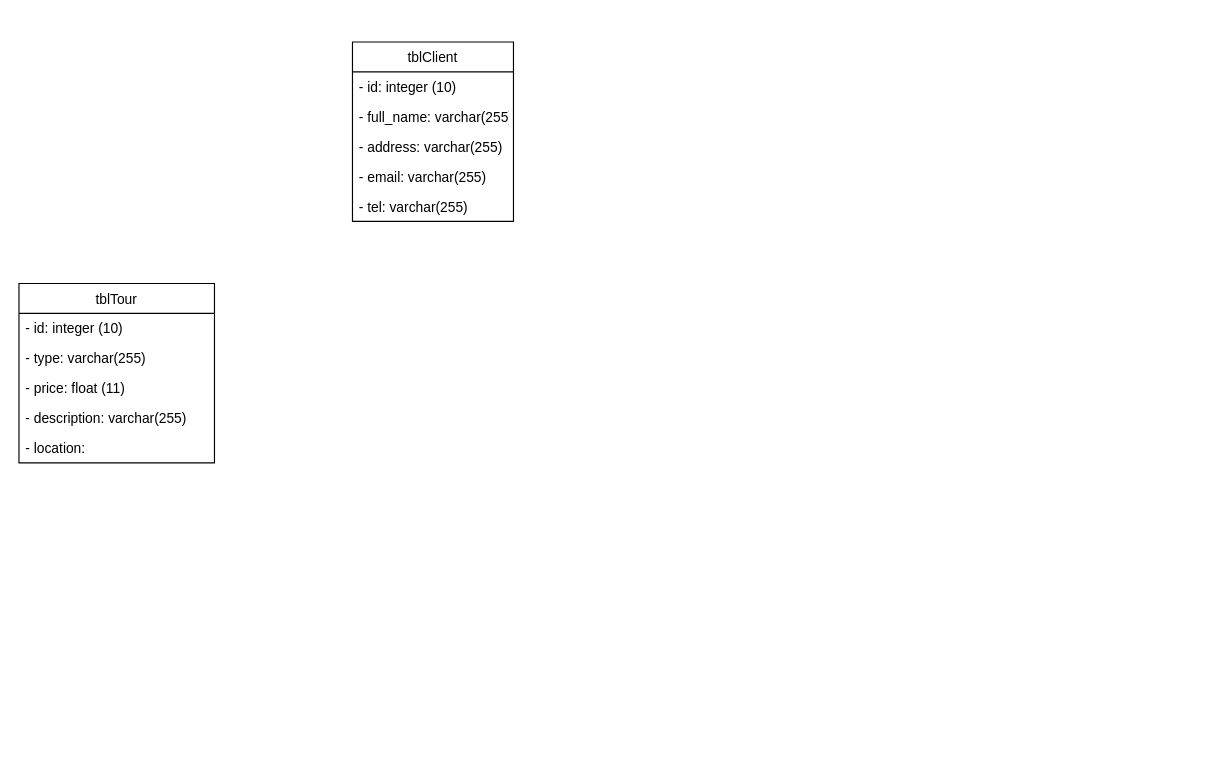
thanhlongtld/classical_software_engineering keeps this draw.io diagram as database.drawio. Above is the earlier version. Source tidied: cells renumbered, new cells numbered last; positions are measured from the earlier drawing's top-left corner, leaving out a move shared by most shapes. Both pictures are drawn from the tidied source at 115%, with x=0, y=0 at pixel (18, 41).
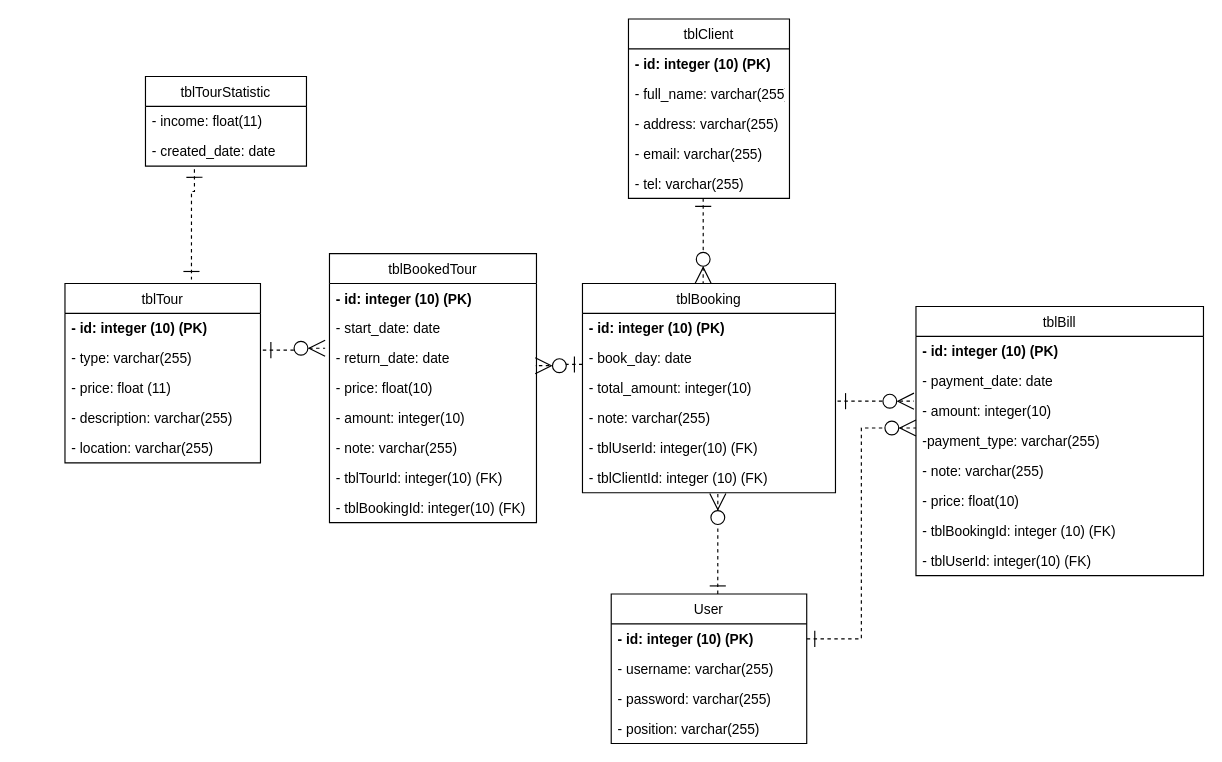
After the change.

The change refers to these unchanged cells:
```xml
<mxCell id="7" value="- tel: varchar(255)" style="text;strokeColor=none;fillColor=none;align=left;verticalAlign=top;spacingLeft=4;spacingRight=4;overflow=hidden;points=[[0,0.5],[1,0.5]];portConstraint=eastwest;" parent="2" vertex="1">
  <mxGeometry y="130" width="140" height="26" as="geometry" />
</mxCell>
<mxCell id="10" value="- type: varchar(255)" style="text;strokeColor=none;fillColor=none;align=left;verticalAlign=top;spacingLeft=4;spacingRight=4;overflow=hidden;points=[[0,0.5],[1,0.5]];portConstraint=eastwest;" parent="8" vertex="1">
  <mxGeometry y="52" width="170" height="26" as="geometry" />
</mxCell>
```

What changed in the source:
```diff
@@
     <mxCell id="2" value="tblClient" style="swimlane;fontStyle=0;horizontal=1;startSize=26;fillColor=none;" parent="1" vertex="1">
-      <mxGeometry x="290" width="140" height="156" as="geometry" />
+      <mxGeometry x="530" y="-20" width="140" height="156" as="geometry" />
     </mxCell>
-    <mxCell id="3" value="- id: integer (10)" style="text;strokeColor=none;fillColor=none;align=left;verticalAlign=top;spacingLeft=4;spacingRight=4;overflow=hidden;" parent="2" vertex="1">
+    <mxCell id="3" value="- id: integer (10) (PK)" style="text;strokeColor=none;fillColor=none;align=left;verticalAlign=top;spacingLeft=4;spacingRight=4;overflow=hidden;fontStyle=1;" parent="2" vertex="1">
       <mxGeometry y="26" width="140" height="26" as="geometry" />
     </mxCell>
@@
     <mxCell id="8" value="tblTour" style="swimlane;fontStyle=0;horizontal=1;startSize=26;fillColor=none;" parent="1" vertex="1">
-      <mxGeometry y="210" width="170" height="156" as="geometry" />
+      <mxGeometry x="40" y="210" width="170" height="156" as="geometry" />
     </mxCell>
-    <mxCell id="9" value="- id: integer (10)" style="text;strokeColor=none;fillColor=none;align=left;verticalAlign=top;spacingLeft=4;spacingRight=4;overflow=hidden;" parent="8" vertex="1">
+    <mxCell id="9" value="- id: integer (10) (PK)" style="text;strokeColor=none;fillColor=none;align=left;verticalAlign=top;spacingLeft=4;spacingRight=4;overflow=hidden;fontStyle=1;" parent="8" vertex="1">
       <mxGeometry y="26" width="170" height="26" as="geometry" />
     </mxCell>
@@
-    <mxCell id="13" value="- location:" style="text;strokeColor=none;fillColor=none;align=left;verticalAlign=top;spacingLeft=4;spacingRight=4;overflow=hidden;" parent="8" vertex="1">
+    <mxCell id="13" value="- location: varchar(255)" style="text;strokeColor=none;fillColor=none;align=left;verticalAlign=top;spacingLeft=4;spacingRight=4;overflow=hidden;" parent="8" vertex="1">
       <mxGeometry y="130" width="170" height="26" as="geometry" />
     </mxCell>
+    <mxCell id="14" value="tblTourStatistic" style="swimlane;fontStyle=0;horizontal=1;startSize=26;fillColor=none;" parent="1" vertex="1">
+      <mxGeometry x="110" y="30" width="140" height="78" as="geometry" />
+    </mxCell>
+    <mxCell id="15" value="- income: float(11)" style="text;strokeColor=none;fillColor=none;align=left;verticalAlign=top;spacingLeft=4;spacingRight=4;overflow=hidden;" parent="14" vertex="1">
+      <mxGeometry y="26" width="140" height="26" as="geometry" />
+    </mxCell>
+    <mxCell id="16" value="- created_date: date" style="text;strokeColor=none;fillColor=none;align=left;verticalAlign=top;spacingLeft=4;spacingRight=4;overflow=hidden;points=[[0,0.5],[1,0.5]];portConstraint=eastwest;" parent="14" vertex="1">
+      <mxGeometry y="52" width="140" height="26" as="geometry" />
+    </mxCell>
+    <mxCell id="17" value="tblBookedTour" style="swimlane;fontStyle=0;horizontal=1;startSize=26;fillColor=none;" parent="1" vertex="1">
+      <mxGeometry x="270" y="184" width="180" height="234" as="geometry" />
+    </mxCell>
+    <mxCell id="18" value="- id: integer (10) (PK)" style="text;strokeColor=none;fillColor=none;align=left;verticalAlign=top;spacingLeft=4;spacingRight=4;overflow=hidden;fontStyle=1;" parent="17" vertex="1">
+      <mxGeometry y="26" width="180" height="26" as="geometry" />
+    </mxCell>
+    <mxCell id="19" value="- start_date: date" style="text;strokeColor=none;fillColor=none;align=left;verticalAlign=top;spacingLeft=4;spacingRight=4;overflow=hidden;points=[[0,0.5],[1,0.5]];portConstraint=eastwest;" parent="17" vertex="1">
+      <mxGeometry y="52" width="180" height="26" as="geometry" />
+    </mxCell>
+    <mxCell id="20" value="- return_date: date" style="text;strokeColor=none;fillColor=none;align=left;verticalAlign=top;spacingLeft=4;spacingRight=4;overflow=hidden;points=[[0,0.5],[1,0.5]];portConstraint=eastwest;" parent="17" vertex="1">
+      <mxGeometry y="78" width="180" height="26" as="geometry" />
+    </mxCell>
+    <mxCell id="21" value="- price: float(10)" style="text;strokeColor=none;fillColor=none;align=left;verticalAlign=top;spacingLeft=4;spacingRight=4;overflow=hidden;" parent="17" vertex="1">
+      <mxGeometry y="104" width="180" height="26" as="geometry" />
+    </mxCell>
+    <mxCell id="22" value="- amount: integer(10)" style="text;strokeColor=none;fillColor=none;align=left;verticalAlign=top;spacingLeft=4;spacingRight=4;overflow=hidden;" parent="17" vertex="1">
+      <mxGeometry y="130" width="180" height="26" as="geometry" />
+    </mxCell>
+    <mxCell id="23" value="- note: varchar(255)" style="text;strokeColor=none;fillColor=none;align=left;verticalAlign=top;spacingLeft=4;spacingRight=4;overflow=hidden;" parent="17" vertex="1">
+      <mxGeometry y="156" width="180" height="26" as="geometry" />
+    </mxCell>
+    <mxCell id="24" value="- tblTourId: integer(10) (FK)" style="text;strokeColor=none;fillColor=none;align=left;verticalAlign=top;spacingLeft=4;spacingRight=4;overflow=hidden;" parent="17" vertex="1">
+      <mxGeometry y="182" width="180" height="26" as="geometry" />
+    </mxCell>
+    <mxCell id="25" value="- tblBookingId: integer(10) (FK)" style="text;strokeColor=none;fillColor=none;align=left;verticalAlign=top;spacingLeft=4;spacingRight=4;overflow=hidden;" parent="17" vertex="1">
+      <mxGeometry y="208" width="180" height="26" as="geometry" />
+    </mxCell>
+    <mxCell id="26" value="tblBooking" style="swimlane;fontStyle=0;horizontal=1;startSize=26;fillColor=none;" parent="1" vertex="1">
+      <mxGeometry x="490" y="210" width="220" height="182" as="geometry" />
+    </mxCell>
+    <mxCell id="27" value="- id: integer (10) (PK)" style="text;strokeColor=none;fillColor=none;align=left;verticalAlign=top;spacingLeft=4;spacingRight=4;overflow=hidden;fontStyle=1;" parent="26" vertex="1">
+      <mxGeometry y="26" width="220" height="26" as="geometry" />
+    </mxCell>
+    <mxCell id="28" value="- book_day: date" style="text;strokeColor=none;fillColor=none;align=left;verticalAlign=top;spacingLeft=4;spacingRight=4;overflow=hidden;points=[[0,0.5],[1,0.5]];portConstraint=eastwest;" parent="26" vertex="1">
+      <mxGeometry y="52" width="220" height="26" as="geometry" />
+    </mxCell>
+    <mxCell id="29" value="- total_amount: integer(10)" style="text;strokeColor=none;fillColor=none;align=left;verticalAlign=top;spacingLeft=4;spacingRight=4;overflow=hidden;points=[[0,0.5],[1,0.5]];portConstraint=eastwest;" parent="26" vertex="1">
+      <mxGeometry y="78" width="220" height="26" as="geometry" />
+    </mxCell>
+    <mxCell id="30" value="- note: varchar(255)" style="text;strokeColor=none;fillColor=none;align=left;verticalAlign=top;spacingLeft=4;spacingRight=4;overflow=hidden;" parent="26" vertex="1">
+      <mxGeometry y="104" width="220" height="26" as="geometry" />
+    </mxCell>
+    <mxCell id="31" value="- tblUserId: integer(10) (FK)" style="text;strokeColor=none;fillColor=none;align=left;verticalAlign=top;spacingLeft=4;spacingRight=4;overflow=hidden;" parent="26" vertex="1">
+      <mxGeometry y="130" width="220" height="26" as="geometry" />
+    </mxCell>
+    <mxCell id="32" value="- tblClientId: integer (10) (FK)" style="text;strokeColor=none;fillColor=none;align=left;verticalAlign=top;spacingLeft=4;spacingRight=4;overflow=hidden;points=[[0,0.5],[1,0.5]];portConstraint=eastwest;" parent="26" vertex="1">
+      <mxGeometry y="156" width="220" height="26" as="geometry" />
+    </mxCell>
+    <mxCell id="33" value="tblBill" style="swimlane;fontStyle=0;horizontal=1;startSize=26;fillColor=none;" parent="1" vertex="1">
+      <mxGeometry x="780" y="230" width="250" height="234" as="geometry" />
+    </mxCell>
+    <mxCell id="34" value="- id: integer (10) (PK)" style="text;strokeColor=none;fillColor=none;align=left;verticalAlign=top;spacingLeft=4;spacingRight=4;overflow=hidden;fontStyle=1;" parent="33" vertex="1">
+      <mxGeometry y="26" width="250" height="26" as="geometry" />
+    </mxCell>
+    <mxCell id="35" value="- payment_date: date" style="text;strokeColor=none;fillColor=none;align=left;verticalAlign=top;spacingLeft=4;spacingRight=4;overflow=hidden;" parent="33" vertex="1">
+      <mxGeometry y="52" width="250" height="26" as="geometry" />
+    </mxCell>
+    <mxCell id="36" value="- amount: integer(10)" style="text;strokeColor=none;fillColor=none;align=left;verticalAlign=top;spacingLeft=4;spacingRight=4;overflow=hidden;points=[[0,0.5],[1,0.5]];portConstraint=eastwest;" parent="33" vertex="1">
+      <mxGeometry y="78" width="250" height="26" as="geometry" />
+    </mxCell>
+    <mxCell id="37" value="-payment_type: varchar(255)" style="text;strokeColor=none;fillColor=none;align=left;verticalAlign=top;spacingLeft=4;spacingRight=4;overflow=hidden;points=[[0,0.5],[1,0.5]];portConstraint=eastwest;" parent="33" vertex="1">
+      <mxGeometry y="104" width="250" height="26" as="geometry" />
+    </mxCell>
+    <mxCell id="38" value="- note: varchar(255)" style="text;strokeColor=none;fillColor=none;align=left;verticalAlign=top;spacingLeft=4;spacingRight=4;overflow=hidden;" parent="33" vertex="1">
+      <mxGeometry y="130" width="250" height="26" as="geometry" />
+    </mxCell>
+    <mxCell id="39" value="- price: float(10)" style="text;strokeColor=none;fillColor=none;align=left;verticalAlign=top;spacingLeft=4;spacingRight=4;overflow=hidden;" parent="33" vertex="1">
+      <mxGeometry y="156" width="250" height="26" as="geometry" />
+    </mxCell>
+    <mxCell id="40" value="- tblBookingId: integer (10) (FK)" style="text;strokeColor=none;fillColor=none;align=left;verticalAlign=top;spacingLeft=4;spacingRight=4;overflow=hidden;" parent="33" vertex="1">
+      <mxGeometry y="182" width="250" height="26" as="geometry" />
+    </mxCell>
+    <mxCell id="41" value="- tblUserId: integer(10) (FK)" style="text;strokeColor=none;fillColor=none;align=left;verticalAlign=top;spacingLeft=4;spacingRight=4;overflow=hidden;" parent="33" vertex="1">
+      <mxGeometry y="208" width="250" height="26" as="geometry" />
+    </mxCell>
+    <mxCell id="42" value="User" style="swimlane;fontStyle=0;horizontal=1;startSize=26;fillColor=none;" parent="1" vertex="1">
+      <mxGeometry x="515" y="480" width="170" height="130" as="geometry" />
+    </mxCell>
+    <mxCell id="43" value="- id: integer (10) (PK)" style="text;strokeColor=none;fillColor=none;align=left;verticalAlign=top;spacingLeft=4;spacingRight=4;overflow=hidden;points=[[0,0.5],[1,0.5]];portConstraint=eastwest;fontStyle=1;" parent="42" vertex="1">
+      <mxGeometry y="26" width="170" height="26" as="geometry" />
+    </mxCell>
+    <mxCell id="44" value="- username: varchar(255)" style="text;strokeColor=none;fillColor=none;align=left;verticalAlign=top;spacingLeft=4;spacingRight=4;overflow=hidden;" parent="42" vertex="1">
+      <mxGeometry y="52" width="170" height="26" as="geometry" />
+    </mxCell>
+    <mxCell id="45" value="- password: varchar(255)" style="text;strokeColor=none;fillColor=none;align=left;verticalAlign=top;spacingLeft=4;spacingRight=4;overflow=hidden;" parent="42" vertex="1">
+      <mxGeometry y="78" width="170" height="26" as="geometry" />
+    </mxCell>
+    <mxCell id="46" value="- position: varchar(255)" style="text;strokeColor=none;fillColor=none;align=left;verticalAlign=top;spacingLeft=4;spacingRight=4;overflow=hidden;" parent="42" vertex="1">
+      <mxGeometry y="104" width="170" height="26" as="geometry" />
+    </mxCell>
+    <mxCell id="47" style="endArrow=ERone;startArrow=ERone;html=1;rounded=0;edgeStyle=orthogonalEdgeStyle;dashed=1;startFill=0;endFill=0;strokeWidth=1;endSize=12;startSize=12;entryX=0.647;entryY=-0.022;entryDx=0;entryDy=0;entryPerimeter=0;exitX=0.304;exitY=1.103;exitDx=0;exitDy=0;exitPerimeter=0;" parent="1" edge="1" source="16" target="8">
+      <mxGeometry relative="1" as="geometry">
+        <Array as="points">
+          <mxPoint x="153" y="130" />
+          <mxPoint x="150" y="130" />
+        </Array>
+      </mxGeometry>
+    </mxCell>
+    <mxCell id="48" style="endArrow=ERzeroToMany;startArrow=ERone;html=1;rounded=0;edgeStyle=orthogonalEdgeStyle;dashed=1;startSize=12;endSize=12;strokeWidth=1;exitX=1.012;exitY=0.231;exitDx=0;exitDy=0;exitPerimeter=0;entryX=-0.021;entryY=1.167;entryDx=0;entryDy=0;entryPerimeter=0;startFill=0;endFill=1;" parent="1" edge="1" source="10" target="19">
+      <mxGeometry relative="1" as="geometry" />
+    </mxCell>
+    <mxCell id="49" style="endArrow=ERzeroToMany;startArrow=ERone;html=1;rounded=0;edgeStyle=orthogonalEdgeStyle;dashed=1;startSize=12;endSize=12;strokeWidth=1;exitX=0;exitY=0.708;exitDx=0;exitDy=0;exitPerimeter=0;startFill=0;endFill=1;entryX=0.994;entryY=0.75;entryDx=0;entryDy=0;entryPerimeter=0;" parent="1" edge="1" source="28" target="20">
+      <mxGeometry relative="1" as="geometry" />
+    </mxCell>
+    <mxCell id="50" style="endArrow=ERzeroToMany;startArrow=ERone;html=1;rounded=0;edgeStyle=orthogonalEdgeStyle;dashed=1;startSize=12;endSize=12;strokeWidth=1;startFill=0;endFill=1;exitX=0.464;exitY=1;exitDx=0;exitDy=0;exitPerimeter=0;entryX=0.477;entryY=0;entryDx=0;entryDy=0;entryPerimeter=0;" parent="1" edge="1" source="7" target="26">
+      <mxGeometry relative="1" as="geometry" />
+    </mxCell>
+    <mxCell id="51" style="endArrow=ERzeroToMany;startArrow=ERone;html=1;rounded=0;edgeStyle=orthogonalEdgeStyle;dashed=1;startSize=12;endSize=12;strokeWidth=1;startFill=0;endFill=1;entryX=0.535;entryY=1.022;entryDx=0;entryDy=0;entryPerimeter=0;exitX=0.545;exitY=0;exitDx=0;exitDy=0;exitPerimeter=0;" parent="1" edge="1" source="42" target="32">
+      <mxGeometry relative="1" as="geometry" />
+    </mxCell>
+    <mxCell id="52" style="endArrow=ERzeroToMany;startArrow=ERone;html=1;rounded=0;edgeStyle=orthogonalEdgeStyle;dashed=1;startSize=12;endSize=12;strokeWidth=1;startFill=0;endFill=1;entryX=-0.007;entryY=0.167;entryDx=0;entryDy=0;entryPerimeter=0;exitX=1.008;exitY=0.936;exitDx=0;exitDy=0;exitPerimeter=0;" parent="1" edge="1" source="29" target="36">
+      <mxGeometry relative="1" as="geometry" />
+    </mxCell>
+    <mxCell id="53" style="endArrow=ERzeroToMany;startArrow=ERone;html=1;rounded=0;edgeStyle=orthogonalEdgeStyle;dashed=1;startSize=12;endSize=12;strokeWidth=1;startFill=0;endFill=1;exitX=1;exitY=0.5;exitDx=0;exitDy=0;entryX=0;entryY=0.064;entryDx=0;entryDy=0;entryPerimeter=0;" parent="1" edge="1" source="43" target="37">
+      <mxGeometry relative="1" as="geometry" />
+    </mxCell>
```
